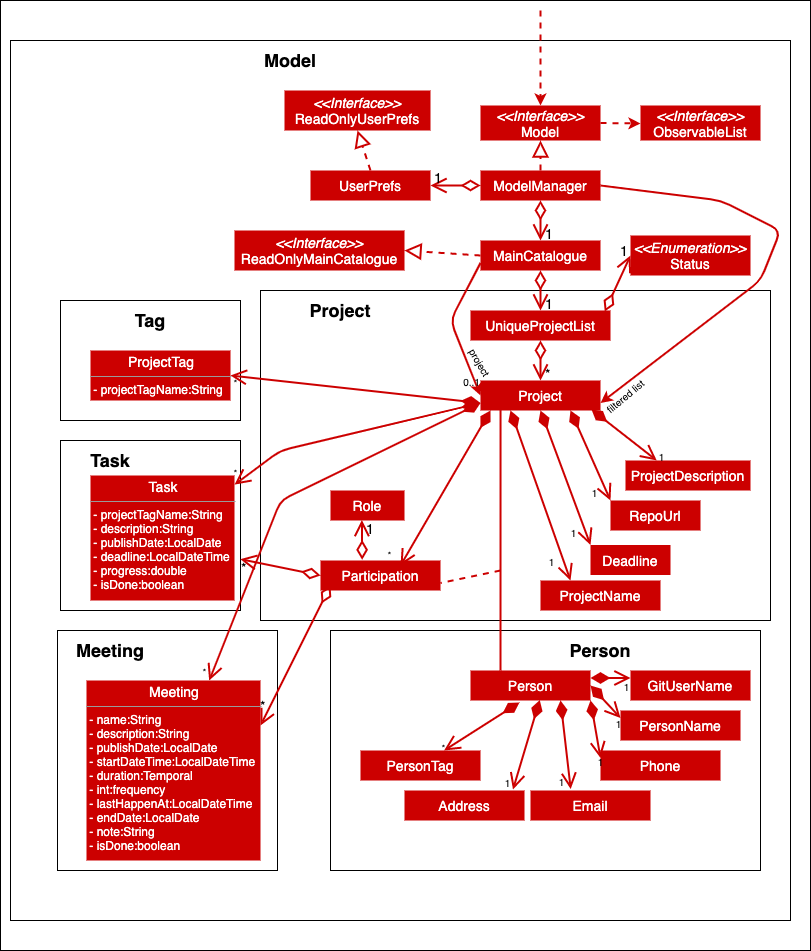
The PlantUML diagram docs/images/ModelClassDiagram.png in nus-cs2103-AY2021S1/tp, before a commit. Its source is kept beside it as docs/diagrams/ModelClassDiagram.puml.
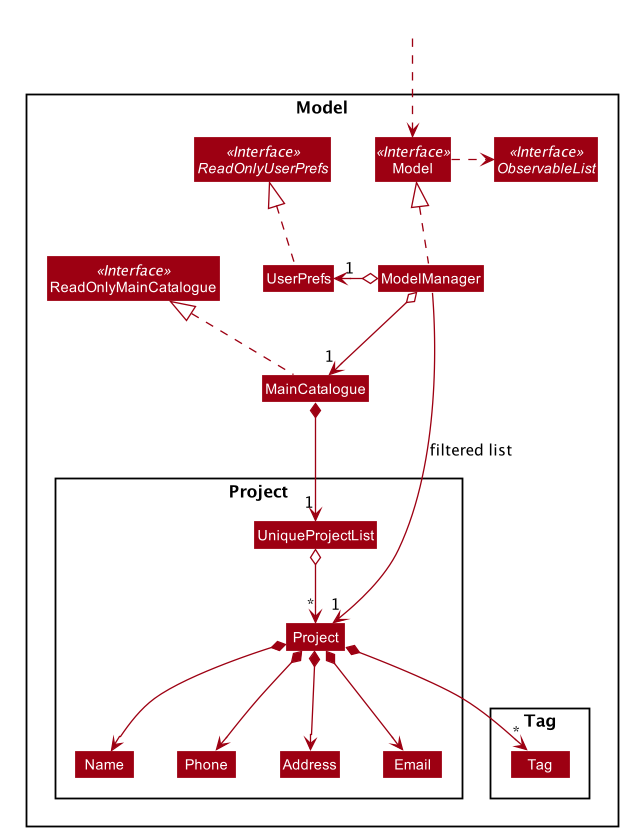
Above is the later version.

Diff of the diagram source:
```diff
@@ -14,6 +14,7 @@
 Class ModelManager
 Class UserPrefs
 Interface ReadOnlyUserPrefs <<Interface>>
+Enum Status <<Enumeration>>
 
 Package Project {
 Class Project
@@ -22,6 +23,12 @@
 Class Name
 Class Phone
 Class UniqueProjectList
+Class UniqueParticipationList
+}
+
+Package Person {
+Class Person
+Class UniquePersonList
 }
 
 Package Tag {
@@ -41,6 +48,9 @@
 UserPrefs .up.|> ReadOnlyUserPrefs
 
 MainCatalogue *--> "1" UniqueProjectList
+MainCatalogue *--> "1" UniquePersonList
+MainCatalogue *--> "1" UniqueParticipationList
+MainCatalogue *--> Status
 UniqueProjectList o--> "*" Project
 Project *--> Name
 Project *--> Phone
```
